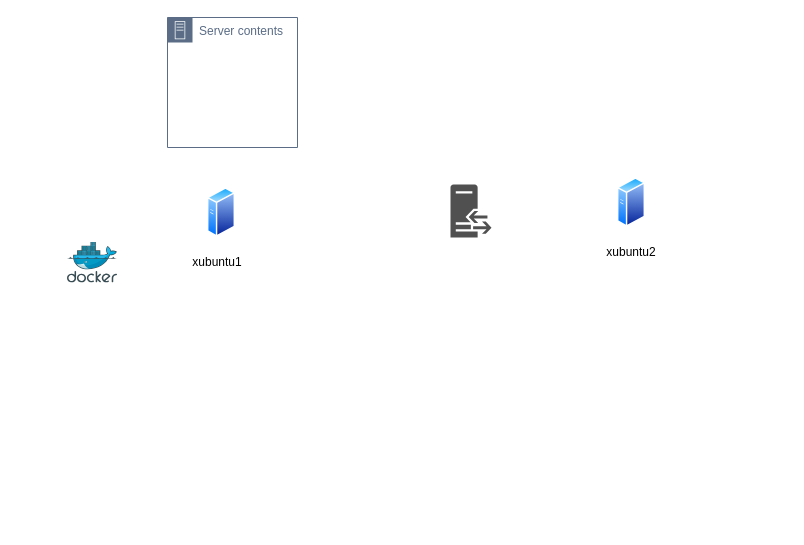
Earlier version of the draw.io diagram my virtual lab setup.drawio (czarnycap/jenkins-exc). Source tidied: cells renumbered, new cells numbered last; positions are measured from the earlier drawing's top-left corner, leaving out a move shared by most shapes. Both pictures are drawn from the tidied source at 100%, with x=0, y=0 at pixel (67, 17).
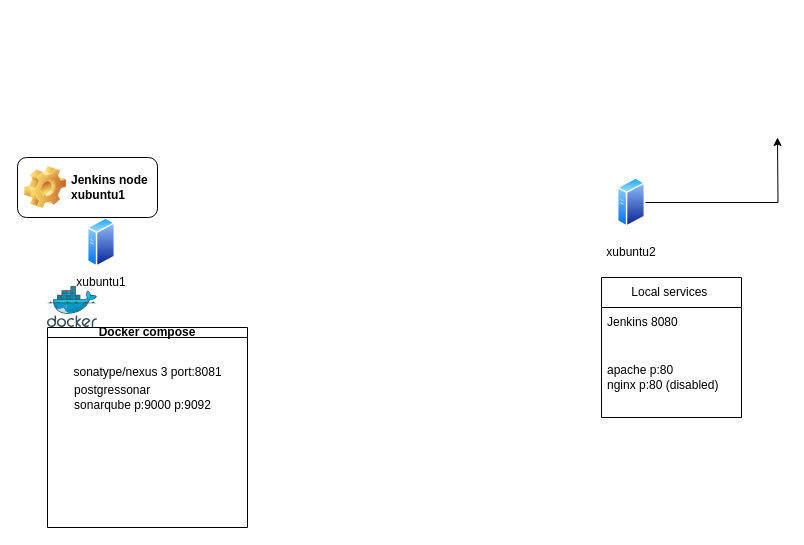
Above is the later version.

The edit, as a diff of the source:
```diff
@@
 <mxGraphModel>
   <root>
     <mxCell id="0" />
     <mxCell id="1" parent="0" />
     <mxCell id="2" style="perimeter=ellipsePerimeter;html=1;align=center;shadow=0;dashed=0;spacingTop=3;image;image=img/lib/active_directory/generic_server.svg;" parent="1" vertex="1">
-      <mxGeometry x="140" y="170" width="28" height="50" as="geometry" />
+      <mxGeometry x="20" y="200" width="28" height="50" as="geometry" />
     </mxCell>
+    <mxCell id="9" style="edgeStyle=orthogonalEdgeStyle;rounded=0;jettySize=auto;html=1;exitX=1;exitY=0.5;exitDx=0;exitDy=0;" parent="1" edge="1" source="3">
+      <mxGeometry relative="1" as="geometry">
+        <mxPoint x="710" y="120" as="targetPoint" />
+      </mxGeometry>
+    </mxCell>
     <mxCell id="3" style="perimeter=ellipsePerimeter;html=1;align=center;shadow=0;dashed=0;spacingTop=3;image;image=img/lib/active_directory/generic_server.svg;" parent="1" vertex="1">
       <mxGeometry x="550" y="160" width="28" height="50" as="geometry" />
     </mxCell>
     <mxCell id="4" value="xubuntu1" style="text;strokeColor=none;align=center;fillColor=none;html=1;verticalAlign=middle;whiteSpace=wrap;rounded=0;" parent="1" vertex="1">
-      <mxGeometry x="120" y="230" width="60" height="30" as="geometry" />
+      <mxGeometry x="4" y="250" width="60" height="30" as="geometry" />
     </mxCell>
     <mxCell id="5" value="xubuntu2" style="text;strokeColor=none;align=center;fillColor=none;html=1;verticalAlign=middle;whiteSpace=wrap;rounded=0;" parent="1" vertex="1">
       <mxGeometry x="534" y="220" width="60" height="30" as="geometry" />
     </mxCell>
-    <mxCell id="6" value="Server contents" style="gradientColor=none;html=1;whiteSpace=wrap;fontSize=12;fontStyle=0;shape=mxgraph.aws4.group;grIcon=mxgraph.aws4.group_on_premise;strokeColor=#5A6C86;fillColor=none;verticalAlign=top;align=left;spacingLeft=30;fontColor=#5A6C86;dashed=0;" parent="1" vertex="1">
-      <mxGeometry x="100" width="130" height="130" as="geometry" />
-    </mxCell>
     <mxCell id="7" style="sketch=0;html=1;align=center;image;fontSize=12;image=img/lib/mscae/Docker.svg;" parent="1" vertex="1">
-      <mxGeometry y="224.5" width="50" height="41" as="geometry" />
+      <mxGeometry x="-20" y="269" width="50" height="41" as="geometry" />
     </mxCell>
-    <mxCell id="8" style="sketch=0;shadow=0;dashed=0;html=1;strokeColor=none;fillColor=#505050;labelPosition=center;verticalLabelPosition=bottom;verticalAlign=top;align=center;shape=mxgraph.office.servers.reverse_proxy;" parent="1" vertex="1">
-      <mxGeometry x="383" y="167" width="41" height="53" as="geometry" />
-    </mxCell>
+    <mxCell id="10" value="Local services&lt;span style=&quot;white-space: pre;&quot;&gt; &lt;/span&gt;" style="swimlane;fontStyle=0;horizontal=1;startSize=30;whiteSpace=wrap;html=1;" parent="1" vertex="1">
+      <mxGeometry x="534" y="260" width="140" height="140" as="geometry" />
+    </mxCell>
+    <mxCell id="11" value="Jenkins 8080" style="text;strokeColor=none;fillColor=none;align=left;verticalAlign=middle;spacingLeft=4;spacingRight=4;overflow=hidden;whiteSpace=wrap;html=1;" parent="10" vertex="1">
+      <mxGeometry y="30" width="140" height="30" as="geometry" />
+    </mxCell>
+    <mxCell id="12" value="&lt;div&gt;apache p:80&lt;/div&gt;&lt;div&gt;nginx p:80 (disabled)&lt;br&gt;&lt;/div&gt;" style="text;strokeColor=none;fillColor=none;align=left;verticalAlign=middle;spacingLeft=4;spacingRight=4;overflow=hidden;whiteSpace=wrap;html=1;" parent="10" vertex="1">
+      <mxGeometry y="60" width="140" height="80" as="geometry" />
+    </mxCell>
+    <mxCell id="13" value="&lt;div&gt;Docker compose&lt;/div&gt;" style="swimlane;whiteSpace=wrap;html=1;startSize=10;" parent="1" vertex="1">
+      <mxGeometry x="-20" y="310" width="200" height="200" as="geometry" />
+    </mxCell>
+    <mxCell id="14" value="sonatype/nexus 3 port:8081" style="text;html=1;align=center;verticalAlign=middle;strokeColor=none;fillColor=none;" parent="13" vertex="1">
+      <mxGeometry x="15" y="30" width="170" height="30" as="geometry" />
+    </mxCell>
+    <mxCell id="15" value="&lt;div align=&quot;left&quot;&gt;postgressonar&lt;br&gt;&lt;/div&gt;&lt;div&gt;sonarqube p:9000 p:9092&lt;br&gt;&lt;/div&gt;" style="text;html=1;align=center;verticalAlign=middle;strokeColor=none;fillColor=none;" parent="13" vertex="1">
+      <mxGeometry x="15" y="50" width="160" height="40" as="geometry" />
+    </mxCell>
+    <mxCell id="16" value="Jenkins node xubuntu1" style="label;whiteSpace=wrap;html=1;image=img/clipart/Gear_128x128.png;" parent="1" vertex="1">
+      <mxGeometry x="-50" y="140" width="140" height="60" as="geometry" />
+    </mxCell>
   </root>
 </mxGraphModel>
```
